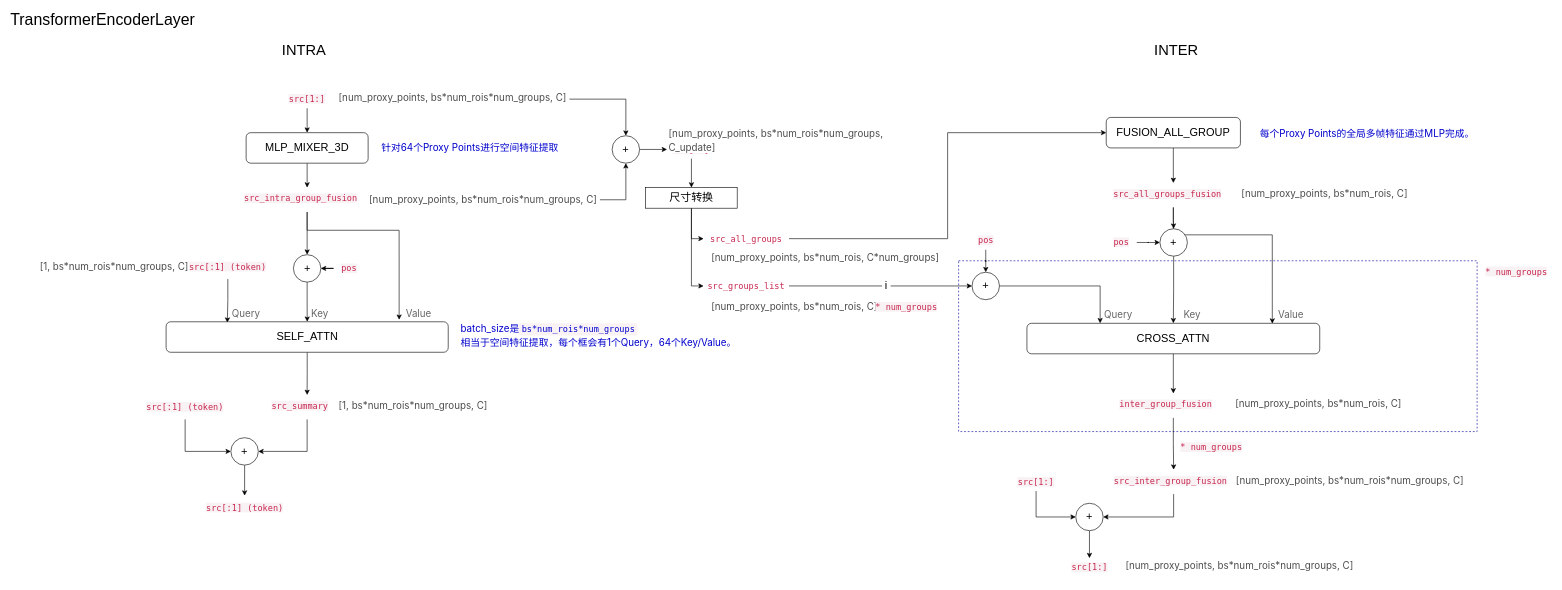
This is mppnet.drawio from wennieWN/UML, a draw.io file, before an edit. Source tidied: cells renumbered, new cells numbered last; positions are measured from the earlier drawing's top-left corner, leaving out a move shared by most shapes. Both pictures are drawn from the tidied source at 61%, with x=0, y=0 at pixel (32, 10).
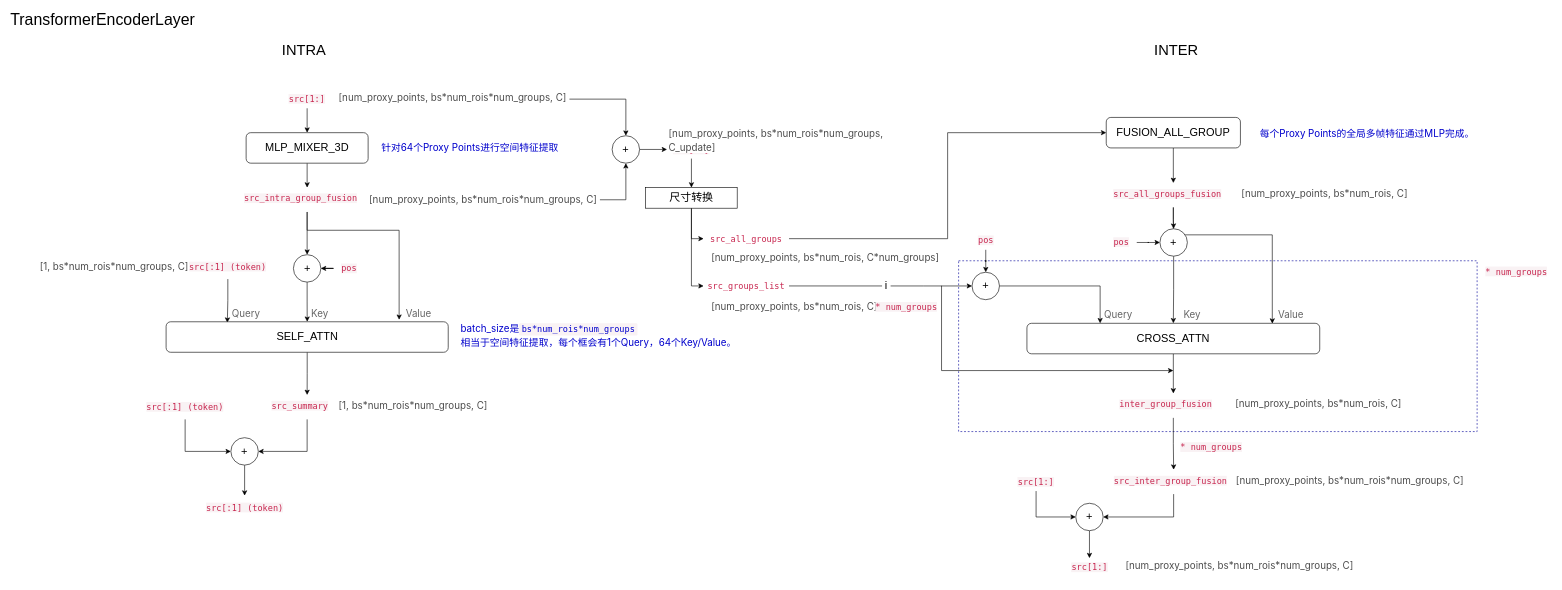
The same diagram, later.

Unchanged cells that the change refers to:
```xml
<mxCell id="52" value="+" style="ellipse;whiteSpace=wrap;html=1;fontSize=18;" parent="1" vertex="1">
  <mxGeometry x="1540" y="428.8" width="45" height="45" as="geometry" />
</mxCell>
<mxCell id="80" value="&lt;div style=&quot;text-align: start;&quot;&gt;&lt;/div&gt;&lt;span style=&quot;color: rgb(199, 37, 78); font-family: &amp;quot;Source Code Pro&amp;quot;, &amp;quot;DejaVu Sans Mono&amp;quot;, &amp;quot;Ubuntu Mono&amp;quot;, &amp;quot;Anonymous Pro&amp;quot;, &amp;quot;Droid Sans Mono&amp;quot;, Menlo, Monaco, Consolas, Inconsolata, Courier, monospace, &amp;quot;PingFang SC&amp;quot;, &amp;quot;Microsoft YaHei&amp;quot;, sans-serif; font-size: 14px; font-variant-ligatures: no-common-ligatures; text-align: start;&quot;&gt;src_groups_list&lt;/span&gt;" style="text;html=1;strokeColor=none;fillColor=none;align=center;verticalAlign=middle;whiteSpace=wrap;rounded=0;" parent="1" vertex="1">
  <mxGeometry x="1100" y="435" width="140" height="32.5" as="geometry" />
</mxCell>
```

What changed in the source:
```diff
@@
     <mxCell id="49" style="edgeStyle=orthogonalEdgeStyle;rounded=0;jettySize=auto;html=1;entryX=0;entryY=0.5;entryDx=0;entryDy=0;fontSize=18;fontColor=#000000;exitX=1;exitY=0.5;exitDx=0;exitDy=0;" parent="1" edge="1" source="80" target="52">
-      <mxGeometry relative="1" as="geometry" />
+      <mxGeometry relative="1" as="geometry">
+        <Array as="points">
+          <mxPoint x="1460" y="451" />
+          <mxPoint x="1460" y="451" />
+        </Array>
+      </mxGeometry>
     </mxCell>
@@
+    <mxCell id="90" style="edgeStyle=orthogonalEdgeStyle;rounded=0;orthogonalLoop=1;jettySize=auto;html=1;fontSize=18;fontColor=#000000;" parent="1" edge="1">
+      <mxGeometry relative="1" as="geometry">
+        <mxPoint x="1490" y="451" as="sourcePoint" />
+        <mxPoint x="1870" y="590" as="targetPoint" />
+        <Array as="points">
+          <mxPoint x="1490" y="590" />
+          <mxPoint x="1870" y="590" />
+        </Array>
+      </mxGeometry>
+    </mxCell>
```
